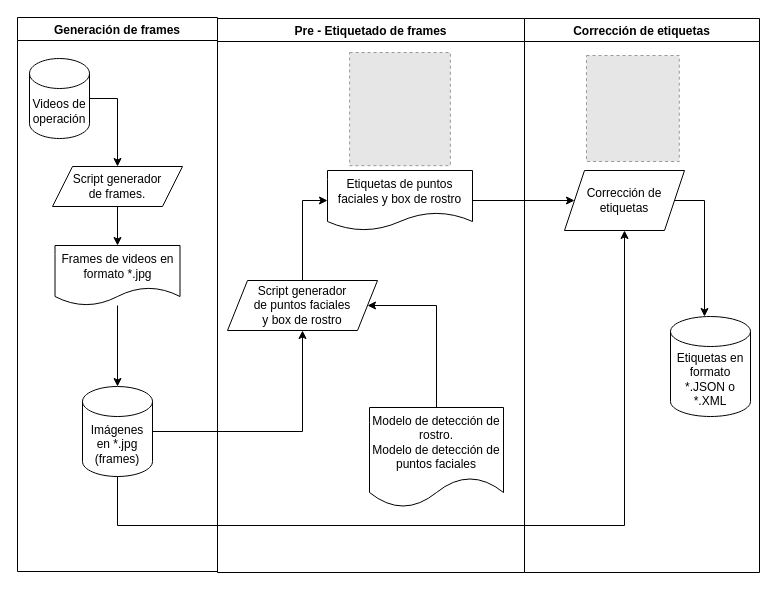
VicManX/dagdata keeps this draw.io diagram as page "Page-2" (2 of 2) of data/Untitled Diagram.drawio. Above is the earlier version. Source tidied: cells renumbered, new cells numbered last; positions are measured from the earlier drawing's top-left corner, leaving out a move shared by most shapes. Both pictures are drawn from the tidied source at 100%, with x=0, y=0 at pixel (17, 17). Pictures stored in the file or linked from it are replaced by grey dashed boxes.
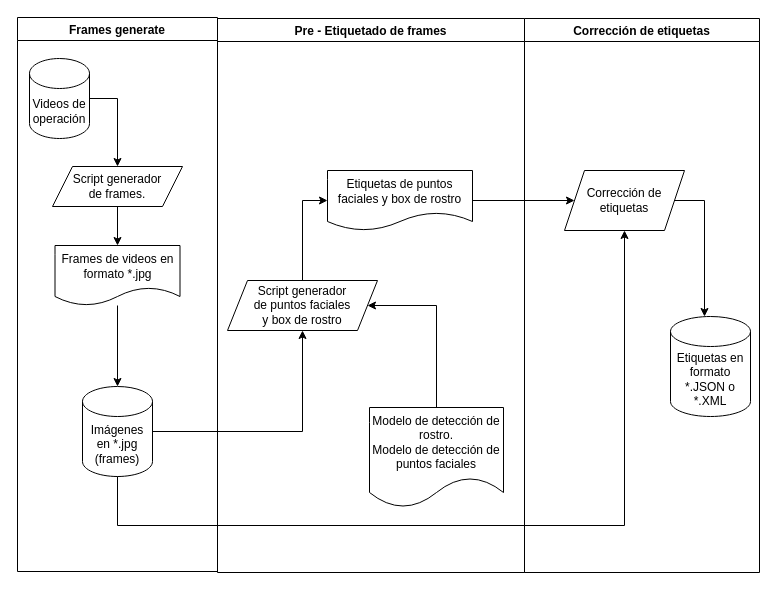
Above is the later version.

Unchanged cells that the change refers to:
```xml
<mxCell id="2" value="Pre - Etiquetado de frames" style="swimlane;" parent="1" vertex="1">
  <mxGeometry x="200" y="1" width="307" height="554" as="geometry" />
</mxCell>
<mxCell id="19" value="Corrección de etiquetas" style="swimlane;" parent="1" vertex="1">
  <mxGeometry x="507" y="1" width="235" height="554" as="geometry" />
</mxCell>
```

Change to the diagram source:
```diff
@@
-    <mxCell id="8" style="fillColor=#E6E6E6;strokeColor=#999999;dashed=1;verticalLabelPosition=bottom;labelBackgroundColor=#ffffff;verticalAlign=top;" parent="2" vertex="1">
-      <mxGeometry x="132.1" y="34" width="100.8" height="113.2" as="geometry" />
-    </mxCell>
-    <mxCell id="9" value="Generación de frames" style="swimlane;" parent="1" vertex="1">
+    <mxCell id="9" value="Frames generate" style="swimlane;" parent="1" vertex="1">
       <mxGeometry width="200" height="554" as="geometry" />
     </mxCell>
@@
-    <mxCell id="23" style="fillColor=#E6E6E6;strokeColor=#999999;dashed=1;verticalLabelPosition=bottom;labelBackgroundColor=#ffffff;verticalAlign=top;" parent="19" vertex="1">
-      <mxGeometry x="62" y="37" width="92.8" height="106" as="geometry" />
-    </mxCell>
```
